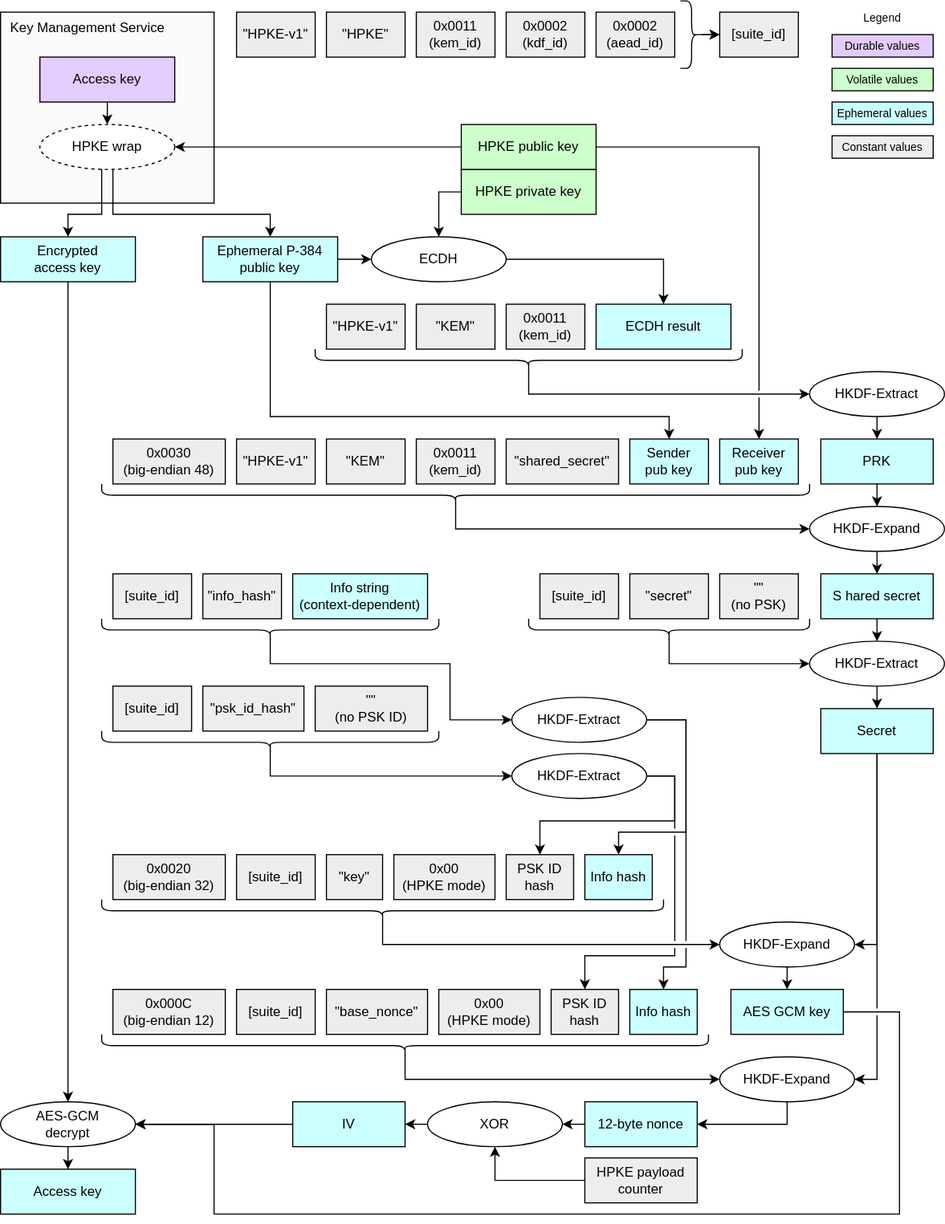
This is doc/ocp_lock/diagrams/mpk_access_key_ecdh_unwrap.drawio.svg from chipsalliance/Caliptra, a draw.io export, as it was before one commit. Source tidied: cells renumbered, new cells last; positions are measured from the earlier drawing's top-left corner, leaving out a move shared by most shapes.
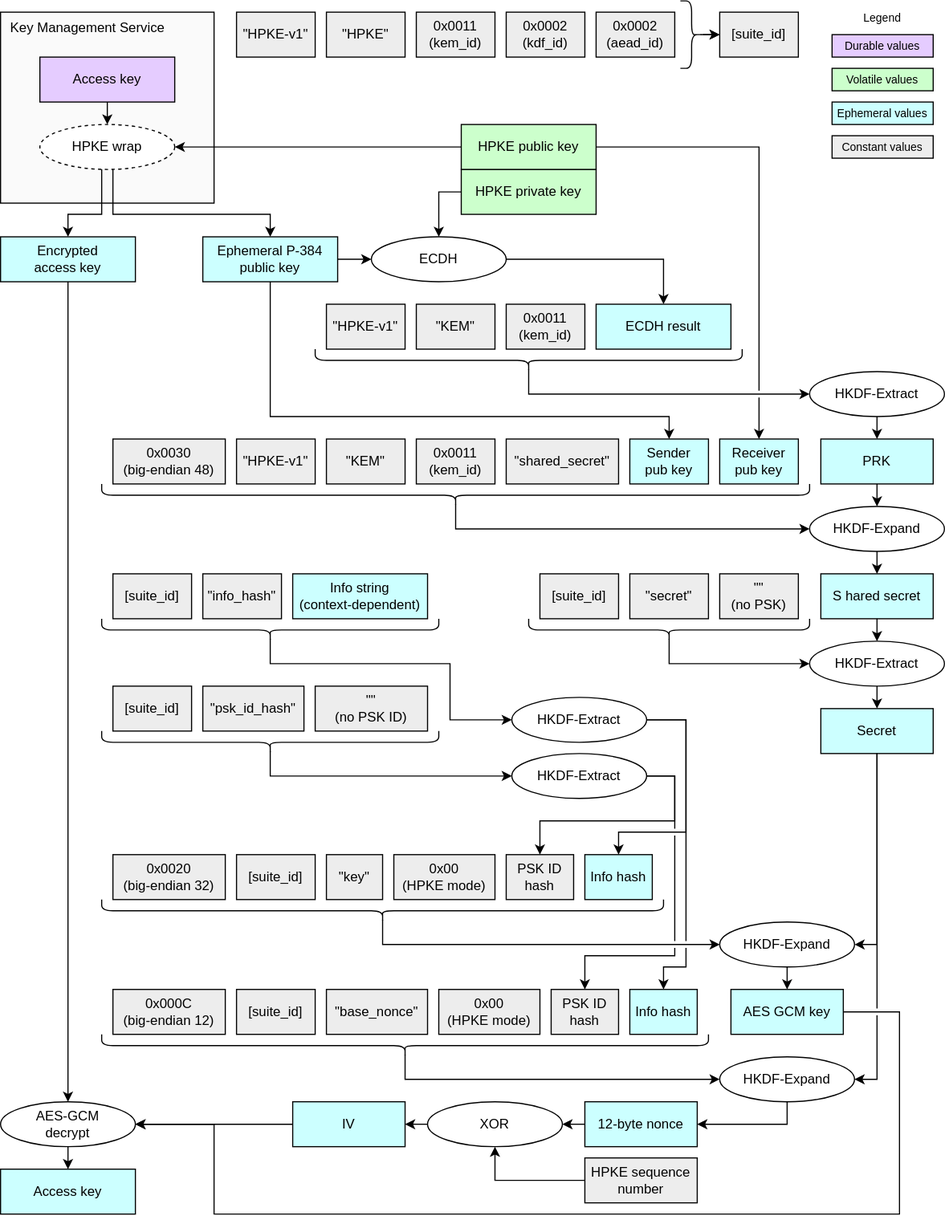
Later version of the same file.

Diff of the diagram source:
```diff
@@ -339,7 +339,7 @@
     <mxCell id="92" value="&lt;div&gt;&lt;font color=&quot;#000000&quot;&gt;12-byte nonce&lt;/font&gt;&lt;/div&gt;" style="rounded=0;whiteSpace=wrap;html=1;align=center;verticalAlign=middle;shadow=0;glass=0;spacingLeft=0;spacingBottom=0;spacingTop=0;fillColor=#CCFFFF;" parent="1" vertex="1">
       <mxGeometry x="520" y="980" width="100" height="40" as="geometry" />
     </mxCell>
-    <mxCell id="93" value="HPKE payload&lt;div&gt;counter&lt;/div&gt;" style="rounded=0;whiteSpace=wrap;html=1;align=center;verticalAlign=middle;shadow=0;glass=0;spacingLeft=0;spacingBottom=0;spacingTop=0;fillColor=#EDEDED;" parent="1" vertex="1">
+    <mxCell id="93" value="HPKE sequence&lt;div&gt;number&lt;/div&gt;" style="rounded=0;whiteSpace=wrap;html=1;align=center;verticalAlign=middle;shadow=0;glass=0;spacingLeft=0;spacingBottom=0;spacingTop=0;fillColor=#EDEDED;" parent="1" vertex="1">
       <mxGeometry x="520" y="1030" width="100" height="40" as="geometry" />
     </mxCell>
     <mxCell id="94" value="XOR" style="ellipse;whiteSpace=wrap;html=1;fillColor=#FFFFFF;" parent="1" vertex="1">
```
